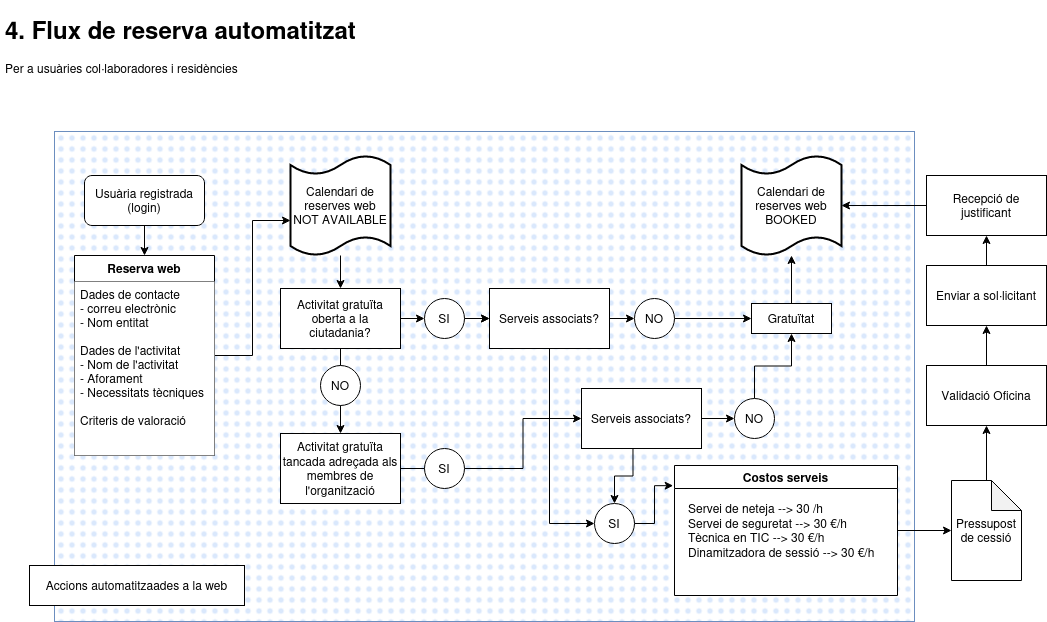
Before: 4-ReservesCanodrom.drawio.png, a diagram exported from draw.io (nuria-alonso/diagrames). Source tidied: cells renumbered, new cells last; positions are measured from the earlier drawing's top-left corner, leaving out a move shared by most shapes.
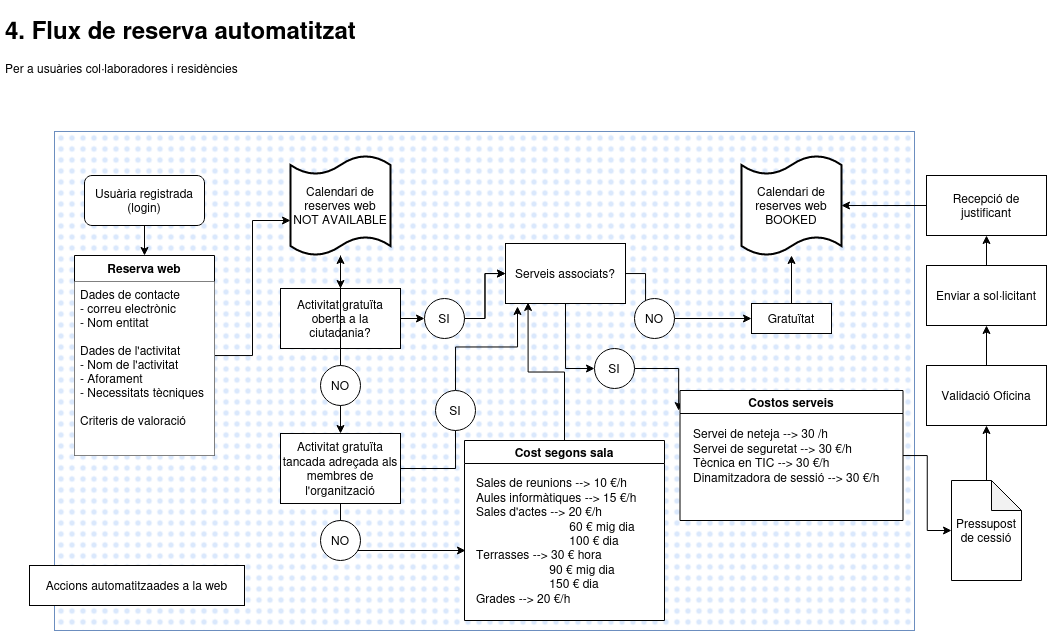
Above is the later version.

Diff of the diagram source:
```diff
@@ -3,7 +3,7 @@
     <mxCell id="0" />
     <mxCell id="1" parent="0" />
     <mxCell id="2" style="verticalLabelPosition=bottom;verticalAlign=top;html=1;shape=mxgraph.basic.patternFillRect;fillStyle=dots;step=5;fillStrokeWidth=0.2;fillStrokeColor=#dddddd;fillColor=#dae8fc;strokeColor=#6c8ebf;" parent="1" vertex="1">
-      <mxGeometry x="54" y="121" width="860" height="490" as="geometry" />
+      <mxGeometry x="54" y="121" width="860" height="499" as="geometry" />
     </mxCell>
     <mxCell id="3" value="Accions automatitzaades a la web" style="rounded=0;whiteSpace=wrap;html=1;fillColor=#ffffff;" parent="1" vertex="1">
       <mxGeometry x="29" y="555" width="215" height="40" as="geometry" />
@@ -44,17 +44,20 @@
     <mxCell id="15" value="&lt;div&gt;Calendari de reserves web&lt;/div&gt;&lt;div&gt;BOOKED&lt;br&gt;&lt;/div&gt;" style="shape=tape;whiteSpace=wrap;html=1;strokeWidth=2;size=0.19;" parent="1" vertex="1">
       <mxGeometry x="741" y="145" width="100" height="100" as="geometry" />
     </mxCell>
+    <mxCell id="49" style="edgeStyle=orthogonalEdgeStyle;rounded=0;jettySize=auto;html=1;" parent="1" edge="1" source="16" target="46">
+      <mxGeometry relative="1" as="geometry" />
+    </mxCell>
     <mxCell id="16" value="NO" style="ellipse;whiteSpace=wrap;html=1;" parent="1" vertex="1">
       <mxGeometry x="320" y="355" width="40" height="40" as="geometry" />
     </mxCell>
     <mxCell id="17" value="Activitat gratuïta tancada adreçada als membres de l'organització" style="rounded=0;whiteSpace=wrap;html=1;" parent="1" vertex="1">
       <mxGeometry x="280" y="423" width="120" height="70" as="geometry" />
     </mxCell>
-    <mxCell id="18" style="edgeStyle=orthogonalEdgeStyle;rounded=0;jettySize=auto;html=1;" parent="1" edge="1" source="19" target="30">
-      <mxGeometry relative="1" as="geometry" />
-    </mxCell>
+    <mxCell id="50" style="edgeStyle=orthogonalEdgeStyle;rounded=0;jettySize=auto;html=1;exitX=0.5;exitY=0;exitDx=0;exitDy=0;entryX=0.1;entryY=1.05;entryDx=0;entryDy=0;entryPerimeter=0;" parent="1" edge="1" source="19" target="23">
+      <mxGeometry relative="1" as="geometry" />
+    </mxCell>
     <mxCell id="19" value="SI" style="ellipse;whiteSpace=wrap;html=1;" parent="1" vertex="1">
-      <mxGeometry x="424" y="438" width="40" height="40" as="geometry" />
+      <mxGeometry x="435" y="380" width="40" height="40" as="geometry" />
     </mxCell>
     <mxCell id="20" style="edgeStyle=orthogonalEdgeStyle;rounded=0;jettySize=auto;html=1;endArrow=none;" parent="1" edge="1" source="17" target="19">
       <mxGeometry relative="1" as="geometry" />
@@ -66,7 +69,7 @@
       <mxGeometry relative="1" as="geometry" />
     </mxCell>
     <mxCell id="23" value="Serveis associats?" style="rounded=0;whiteSpace=wrap;html=1;" parent="1" vertex="1">
-      <mxGeometry x="489" y="278" width="120" height="60" as="geometry" />
+      <mxGeometry x="505" y="233" width="120" height="60" as="geometry" />
     </mxCell>
     <mxCell id="24" style="edgeStyle=orthogonalEdgeStyle;rounded=0;jettySize=auto;html=1;" parent="1" edge="1" source="25" target="27">
       <mxGeometry relative="1" as="geometry" />
@@ -80,29 +83,17 @@
     <mxCell id="27" value="Gratuïtat" style="rounded=0;whiteSpace=wrap;html=1;" parent="1" vertex="1">
       <mxGeometry x="751" y="293" width="80" height="30" as="geometry" />
     </mxCell>
-    <mxCell id="28" style="edgeStyle=orthogonalEdgeStyle;rounded=0;jettySize=auto;html=1;entryX=0;entryY=0.5;entryDx=0;entryDy=0;exitX=0.429;exitY=0.989;exitDx=0;exitDy=0;exitPerimeter=0;" parent="1" edge="1" source="30" target="33">
-      <mxGeometry relative="1" as="geometry" />
-    </mxCell>
-    <mxCell id="29" style="edgeStyle=orthogonalEdgeStyle;rounded=0;jettySize=auto;html=1;entryX=0;entryY=0.5;entryDx=0;entryDy=0;" parent="1" edge="1" source="30" target="48">
-      <mxGeometry relative="1" as="geometry" />
-    </mxCell>
-    <mxCell id="30" value="Serveis associats?" style="rounded=0;whiteSpace=wrap;html=1;" parent="1" vertex="1">
-      <mxGeometry x="581" y="378" width="120" height="60" as="geometry" />
-    </mxCell>
-    <mxCell id="31" style="edgeStyle=orthogonalEdgeStyle;rounded=0;jettySize=auto;html=1;" parent="1" edge="1" source="48" target="27">
-      <mxGeometry relative="1" as="geometry" />
-    </mxCell>
     <mxCell id="32" style="edgeStyle=orthogonalEdgeStyle;rounded=0;jettySize=auto;html=1;entryX=-0.006;entryY=0.155;entryDx=0;entryDy=0;entryPerimeter=0;" parent="1" edge="1" source="33" target="35">
       <mxGeometry relative="1" as="geometry" />
     </mxCell>
     <mxCell id="33" value="SI" style="ellipse;whiteSpace=wrap;html=1;direction=south;" parent="1" vertex="1">
-      <mxGeometry x="594" y="493" width="40" height="40" as="geometry" />
+      <mxGeometry x="594" y="338" width="40" height="40" as="geometry" />
     </mxCell>
     <mxCell id="34" style="edgeStyle=orthogonalEdgeStyle;rounded=0;jettySize=auto;html=1;" parent="1" edge="1" source="35" target="38">
       <mxGeometry relative="1" as="geometry" />
     </mxCell>
     <mxCell id="35" value="Costos serveis" style="swimlane;gradientColor=#ffffff;swimlaneFillColor=#ffffff;" parent="1" vertex="1">
-      <mxGeometry x="674" y="455" width="223" height="130" as="geometry" />
+      <mxGeometry x="679.5" y="380" width="223" height="130" as="geometry" />
     </mxCell>
     <mxCell id="36" value="&lt;div align=&quot;left&quot;&gt;Servei de neteja --&amp;gt; 30 /h&lt;/div&gt;&lt;div align=&quot;left&quot;&gt;Servei de seguretat --&amp;gt; 30 €/h&lt;/div&gt;&lt;div align=&quot;left&quot;&gt;Tècnica en TIC --&amp;gt; 30 €/h&lt;br&gt;Dinamitzadora de sessió --&amp;gt; 30 €/h&lt;br&gt;&lt;/div&gt;" style="text;html=1;align=left;verticalAlign=middle;strokeColor=none;" parent="35" vertex="1">
       <mxGeometry x="11.5" y="35" width="200" height="60" as="geometry" />
@@ -140,8 +131,25 @@
     <mxCell id="47" value="SI" style="ellipse;whiteSpace=wrap;html=1;" parent="1" vertex="1">
       <mxGeometry x="424" y="288" width="40" height="40" as="geometry" />
     </mxCell>
+    <mxCell id="51" style="edgeStyle=orthogonalEdgeStyle;rounded=0;jettySize=auto;html=1;exitX=0.5;exitY=0;exitDx=0;exitDy=0;entryX=0.188;entryY=0.983;entryDx=0;entryDy=0;entryPerimeter=0;" parent="1" edge="1" source="52" target="23">
+      <mxGeometry relative="1" as="geometry" />
+    </mxCell>
+    <mxCell id="52" value="Cost segons sala" style="swimlane;gradientColor=#ffffff;swimlaneFillColor=#ffffff;" parent="1" vertex="1">
+      <mxGeometry x="464" y="430" width="200" height="180" as="geometry" />
+    </mxCell>
+    <mxCell id="53" value="&lt;div align=&quot;left&quot;&gt;Sales de reunions --&amp;gt; 10 €/h&lt;/div&gt;&lt;div align=&quot;left&quot;&gt;Aules informàtiques --&amp;gt; 15 €/h&lt;br&gt;&lt;/div&gt;&lt;div&gt;Sales d'actes --&amp;gt; 20 €/h&lt;br&gt;&amp;nbsp;&amp;nbsp;&amp;nbsp;&amp;nbsp;&amp;nbsp;&amp;nbsp;&amp;nbsp;&amp;nbsp;&amp;nbsp;&amp;nbsp;&amp;nbsp;&amp;nbsp;&amp;nbsp;&amp;nbsp;&amp;nbsp;&amp;nbsp;&amp;nbsp;&amp;nbsp;&amp;nbsp;&amp;nbsp;&amp;nbsp;&amp;nbsp;&amp;nbsp;&amp;nbsp;&amp;nbsp;&amp;nbsp;&amp;nbsp; 60 € mig dia&lt;/div&gt;&lt;div&gt;&amp;nbsp; &amp;nbsp; &amp;nbsp; &amp;nbsp; &amp;nbsp; &amp;nbsp; &amp;nbsp; &amp;nbsp; &amp;nbsp; &amp;nbsp; &amp;nbsp; &amp;nbsp; &amp;nbsp; &amp;nbsp; 100 € dia &lt;br&gt;&lt;/div&gt;&lt;div&gt;Terrasses --&amp;gt; 30 € hora&lt;/div&gt;&lt;div&gt;&amp;nbsp;&amp;nbsp;&amp;nbsp;&amp;nbsp;&amp;nbsp;&amp;nbsp;&amp;nbsp;&amp;nbsp;&amp;nbsp;&amp;nbsp;&amp;nbsp;&amp;nbsp;&amp;nbsp;&amp;nbsp;&amp;nbsp;&amp;nbsp;&amp;nbsp;&amp;nbsp;&amp;nbsp;&amp;nbsp;&amp;nbsp; 90 € mig dia&lt;/div&gt;&lt;div&gt;&amp;nbsp;&amp;nbsp;&amp;nbsp;&amp;nbsp;&amp;nbsp;&amp;nbsp;&amp;nbsp;&amp;nbsp;&amp;nbsp;&amp;nbsp;&amp;nbsp;&amp;nbsp;&amp;nbsp;&amp;nbsp;&amp;nbsp;&amp;nbsp;&amp;nbsp;&amp;nbsp;&amp;nbsp;&amp;nbsp;&amp;nbsp; 150 € dia&lt;/div&gt;&lt;div&gt;Grades --&amp;gt; 20 €/h&lt;br&gt;&lt;/div&gt;" style="text;html=1;align=left;verticalAlign=middle;strokeColor=none;" parent="52" vertex="1">
+      <mxGeometry x="10" y="35" width="180" height="130" as="geometry" />
+    </mxCell>
+    <mxCell id="54" style="endArrow=classic;html=1;rounded=0;exitX=0.5;exitY=1;exitDx=0;exitDy=0;" parent="1" edge="1" source="17">
+      <mxGeometry relative="1" as="geometry">
+        <mxPoint x="465" y="540" as="targetPoint" />
+        <Array as="points">
+          <mxPoint x="340" y="540" />
+        </Array>
+      </mxGeometry>
+    </mxCell>
     <mxCell id="48" value="NO" style="ellipse;whiteSpace=wrap;html=1;" parent="1" vertex="1">
-      <mxGeometry x="734" y="388" width="40" height="40" as="geometry" />
+      <mxGeometry x="320" y="510" width="40" height="40" as="geometry" />
     </mxCell>
   </root>
 </mxGraphModel>
```
